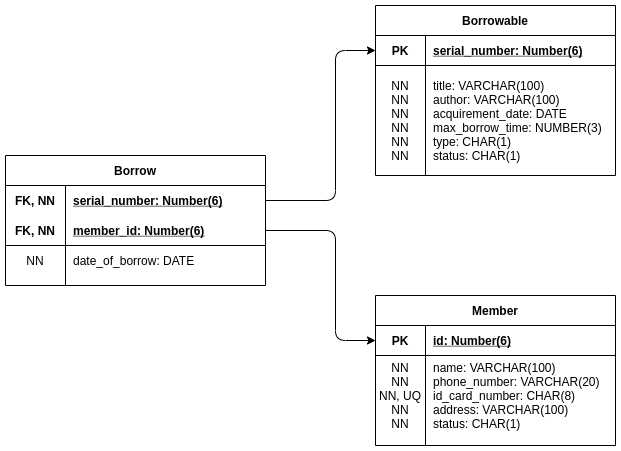
The draw.io diagram docs/img/information-systems-relational-diagram.png in bbalage/information-systems-handin, before a commit. Source tidied: cells renumbered, new cells last; positions are measured from the earlier drawing's top-left corner, leaving out a move shared by most shapes.
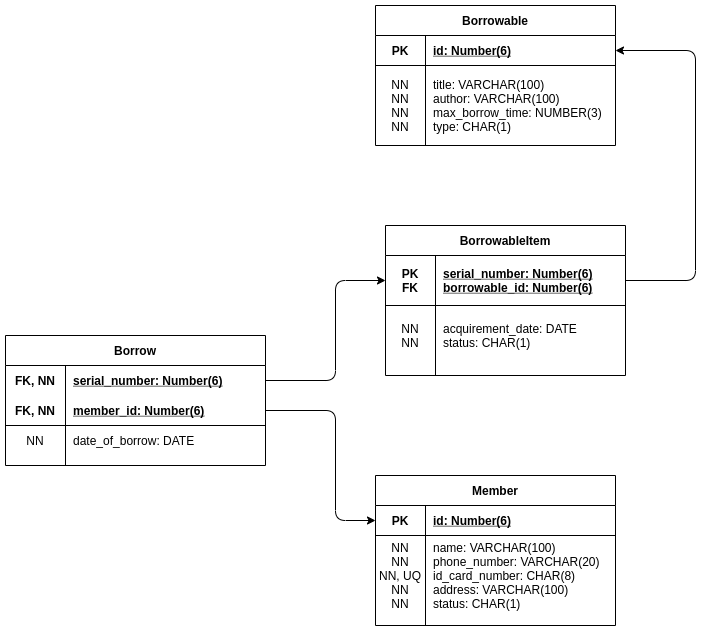
The same diagram one commit later.

Commit message:
Added BorrowableItem to models.

What changed in the source:
```diff
@@ -54,7 +54,7 @@
       <mxGeometry x="50" width="190" height="80" as="geometry" />
     </mxCell>
     <mxCell id="19" value="Borrowable" style="shape=table;startSize=30;rowLines=0;fontStyle=1;align=center;" parent="1" vertex="1">
-      <mxGeometry x="370" width="240" height="170" as="geometry" />
+      <mxGeometry x="370" y="-180" width="240" height="140" as="geometry" />
     </mxCell>
     <mxCell id="20" style="shape=partialRectangle;fillColor=none;top=0;left=0;bottom=1;right=0;points=[[0,0.5],[1,0.5]];portConstraint=eastwest;" parent="19" vertex="1">
       <mxGeometry y="30" width="240" height="30" as="geometry" />
@@ -62,23 +62,23 @@
     <mxCell id="21" value="PK" style="shape=partialRectangle;fillColor=none;top=0;left=0;bottom=0;right=0;fontStyle=1;overflow=hidden;" parent="20" vertex="1">
       <mxGeometry width="50" height="30" as="geometry" />
     </mxCell>
-    <mxCell id="22" value="serial_number: Number(6)" style="shape=partialRectangle;fillColor=none;top=0;left=0;bottom=0;right=0;align=left;spacingLeft=6;fontStyle=5;overflow=hidden;" parent="20" vertex="1">
+    <mxCell id="22" value="id: Number(6)" style="shape=partialRectangle;fillColor=none;top=0;left=0;bottom=0;right=0;align=left;spacingLeft=6;fontStyle=5;overflow=hidden;" parent="20" vertex="1">
       <mxGeometry x="50" width="190" height="30" as="geometry" />
     </mxCell>
     <mxCell id="23" style="shape=partialRectangle;fillColor=none;top=0;left=0;bottom=0;right=0;" parent="19" vertex="1">
-      <mxGeometry y="60" width="240" height="110" as="geometry" />
+      <mxGeometry y="60" width="240" height="80" as="geometry" />
     </mxCell>
-    <mxCell id="24" value="NN&#10;NN&#10;NN&#10;NN&#10;NN&#10;NN" style="shape=partialRectangle;fillColor=none;top=0;left=0;bottom=0;right=0;overflow=hidden;" parent="23" vertex="1">
-      <mxGeometry width="50" height="110" as="geometry" />
+    <mxCell id="24" value="NN&#10;NN&#10;NN&#10;NN" style="shape=partialRectangle;fillColor=none;top=0;left=0;bottom=0;right=0;overflow=hidden;" parent="23" vertex="1">
+      <mxGeometry width="50" height="80" as="geometry" />
     </mxCell>
-    <mxCell id="25" value="title: VARCHAR(100)&#10;author: VARCHAR(100)&#10;acquirement_date: DATE&#10;max_borrow_time: NUMBER(3)&#10;type: CHAR(1)&#10;status: CHAR(1)" style="shape=partialRectangle;fillColor=none;top=0;left=0;bottom=0;right=0;align=left;spacingLeft=6;overflow=hidden;" parent="23" vertex="1">
-      <mxGeometry x="50" width="190" height="110" as="geometry" />
+    <mxCell id="25" value="title: VARCHAR(100)&#10;author: VARCHAR(100)&#10;max_borrow_time: NUMBER(3)&#10;type: CHAR(1)" style="shape=partialRectangle;fillColor=none;top=0;left=0;bottom=0;right=0;align=left;spacingLeft=6;overflow=hidden;" parent="23" vertex="1">
+      <mxGeometry x="50" width="190" height="80" as="geometry" />
     </mxCell>
-    <mxCell id="26" style="endArrow=classic;html=1;exitX=1;exitY=0.5;exitDx=0;exitDy=0;entryX=0;entryY=0.5;entryDx=0;entryDy=0;" parent="1" edge="1" source="3" target="20">
+    <mxCell id="26" style="endArrow=classic;html=1;exitX=1;exitY=0.5;exitDx=0;exitDy=0;entryX=0;entryY=0.5;entryDx=0;entryDy=0;" parent="1" edge="1" source="3" target="29">
       <mxGeometry relative="1" as="geometry">
         <Array as="points">
           <mxPoint x="330" y="195" />
-          <mxPoint x="330" y="45" />
+          <mxPoint x="330" y="95" />
         </Array>
       </mxGeometry>
     </mxCell>
@@ -90,5 +90,34 @@
         </Array>
       </mxGeometry>
     </mxCell>
+    <mxCell id="28" value="BorrowableItem" style="shape=table;startSize=30;rowLines=0;fontStyle=1;align=center;" parent="1" vertex="1">
+      <mxGeometry x="380" y="40" width="240" height="150" as="geometry" />
+    </mxCell>
+    <mxCell id="29" style="shape=partialRectangle;fillColor=none;top=0;left=0;bottom=1;right=0;points=[[0,0.5],[1,0.5]];portConstraint=eastwest;" parent="28" vertex="1">
+      <mxGeometry y="30" width="240" height="50" as="geometry" />
+    </mxCell>
+    <mxCell id="30" value="PK&#10;FK" style="shape=partialRectangle;fillColor=none;top=0;left=0;bottom=0;right=0;fontStyle=1;overflow=hidden;" parent="29" vertex="1">
+      <mxGeometry width="50" height="50" as="geometry" />
+    </mxCell>
+    <mxCell id="31" value="serial_number: Number(6)&#10;borrowable_id: Number(6)" style="shape=partialRectangle;fillColor=none;top=0;left=0;bottom=0;right=0;align=left;spacingLeft=6;fontStyle=5;overflow=hidden;" parent="29" vertex="1">
+      <mxGeometry x="50" width="190" height="50" as="geometry" />
+    </mxCell>
+    <mxCell id="32" style="shape=partialRectangle;fillColor=none;top=0;left=0;bottom=0;right=0;" parent="28" vertex="1">
+      <mxGeometry y="80" width="240" height="60" as="geometry" />
+    </mxCell>
+    <mxCell id="33" value="NN&#10;NN" style="shape=partialRectangle;fillColor=none;top=0;left=0;bottom=0;right=0;overflow=hidden;" parent="32" vertex="1">
+      <mxGeometry width="50" height="60" as="geometry" />
+    </mxCell>
+    <mxCell id="34" value="acquirement_date: DATE&#10;status: CHAR(1)" style="shape=partialRectangle;fillColor=none;top=0;left=0;bottom=0;right=0;align=left;spacingLeft=6;overflow=hidden;" parent="32" vertex="1">
+      <mxGeometry x="50" width="190" height="60" as="geometry" />
+    </mxCell>
+    <mxCell id="35" style="endArrow=classic;html=1;entryX=1;entryY=0.5;entryDx=0;entryDy=0;exitX=1;exitY=0.5;exitDx=0;exitDy=0;" parent="1" edge="1" source="29" target="20">
+      <mxGeometry relative="1" as="geometry">
+        <Array as="points">
+          <mxPoint x="690" y="95" />
+          <mxPoint x="690" y="-135" />
+        </Array>
+      </mxGeometry>
+    </mxCell>
   </root>
 </mxGraphModel>
```
